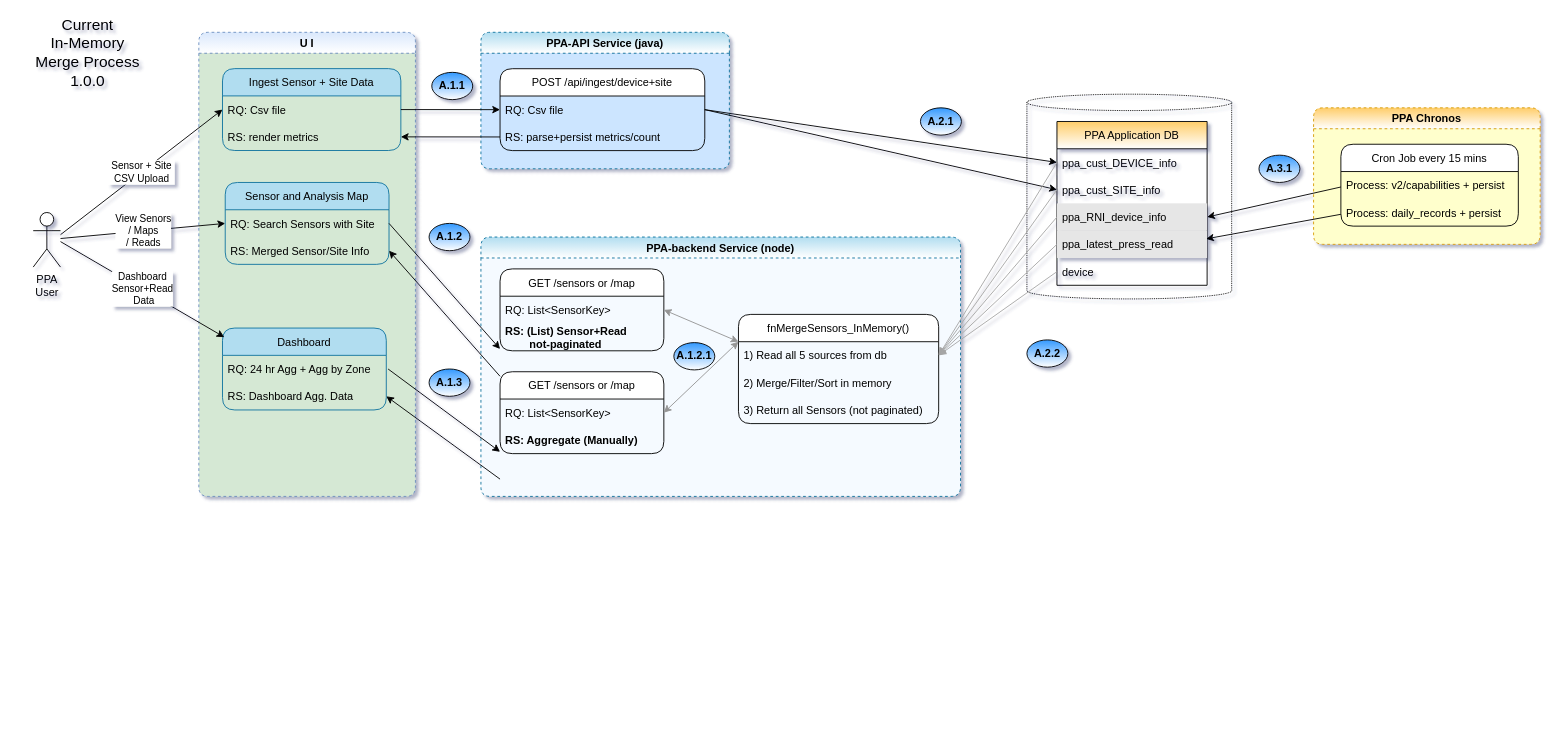
rajeshpv-common/my-drawio keeps this draw.io diagram as ppa/sensor-agg-IN-MEMORY-v1.drawio. Above is the earlier version. Source tidied: cells renumbered, new cells numbered last; positions are measured from the earlier drawing's top-left corner, leaving out a move shared by most shapes. Both pictures are drawn from the tidied source at 91%, with x=0, y=0 at pixel (19, 32).
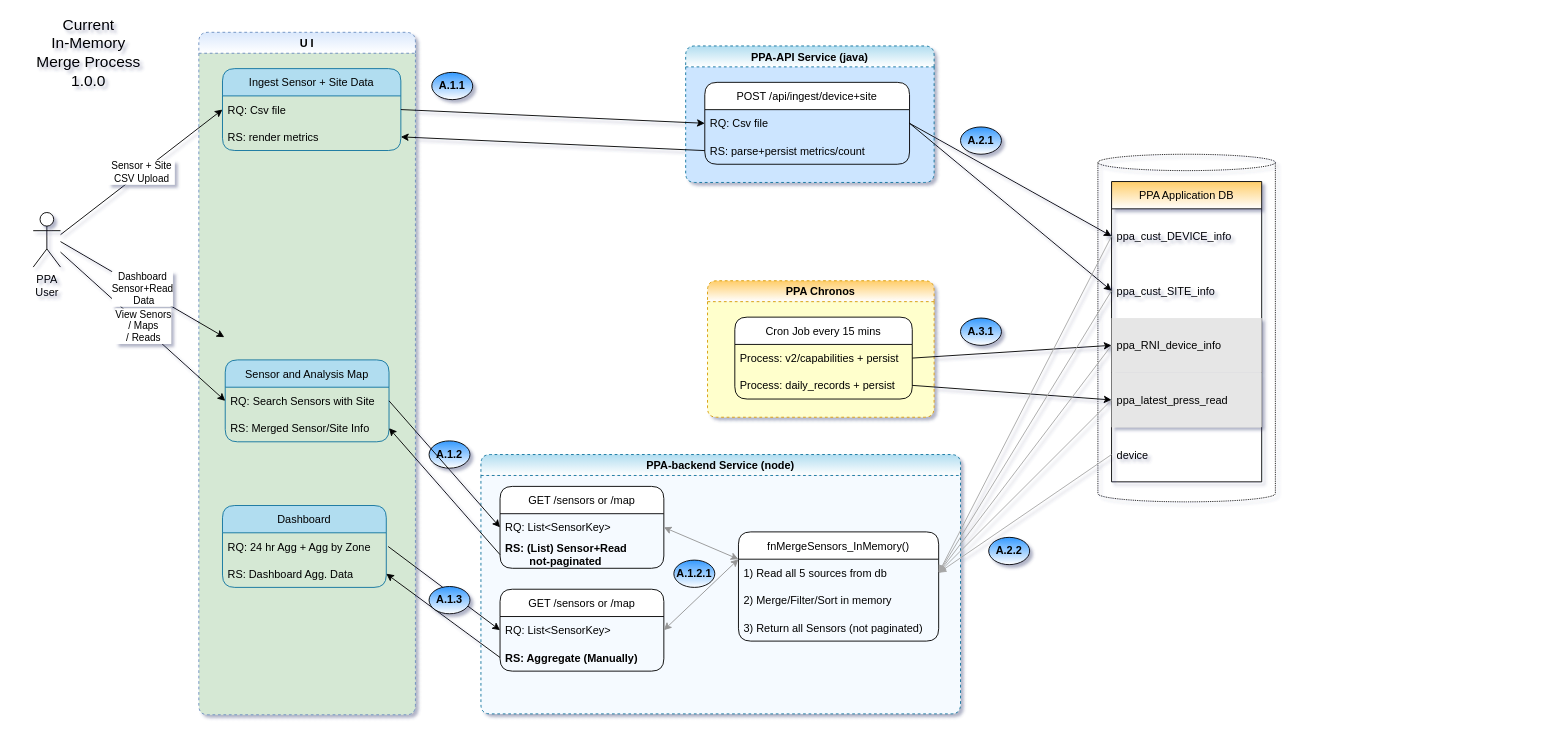
The same page after the edit.

Unchanged cells that the change refers to:
```xml
<mxCell id="5" value="RQ: List&lt;SensorKey&gt;" style="text;strokeColor=none;fillColor=none;align=left;verticalAlign=middle;spacingLeft=4;spacingRight=4;overflow=hidden;points=[[0,0.5],[1,0.5]];portConstraint=eastwest;rounded=1;" parent="4" vertex="1">
  <mxGeometry y="30" width="180" height="30" as="geometry" />
</mxCell>
<mxCell id="6" value="RS: (List) Sensor+Read&#10;        not-paginated" style="text;strokeColor=none;fillColor=none;align=left;verticalAlign=middle;spacingLeft=4;spacingRight=4;overflow=hidden;points=[[0,0.5],[1,0.5]];portConstraint=eastwest;rounded=1;fontStyle=1;" parent="4" vertex="1">
  <mxGeometry y="60" width="180" height="30" as="geometry" />
</mxCell>
<mxCell id="13" value="RQ: List&lt;SensorKey&gt;" style="text;strokeColor=none;fillColor=none;align=left;verticalAlign=middle;spacingLeft=4;spacingRight=4;overflow=hidden;points=[[0,0.5],[1,0.5]];portConstraint=eastwest;rounded=1;" parent="12" vertex="1">
  <mxGeometry y="30" width="180" height="30" as="geometry" />
</mxCell>
<mxCell id="14" value="RS: Aggregate (Manually)" style="text;strokeColor=none;fillColor=none;align=left;verticalAlign=middle;spacingLeft=4;spacingRight=4;overflow=hidden;points=[[0,0.5],[1,0.5]];portConstraint=eastwest;rounded=1;fontStyle=1;" parent="12" vertex="1">
  <mxGeometry y="60" width="180" height="30" as="geometry" />
</mxCell>
<mxCell id="27" value="RQ: Search Sensors with Site" style="text;strokeColor=none;fillColor=none;align=left;verticalAlign=middle;spacingLeft=4;spacingRight=4;overflow=hidden;points=[[0,0.5],[1,0.5]];portConstraint=eastwest;rounded=1;" parent="26" vertex="1">
  <mxGeometry y="30" width="180" height="30" as="geometry" />
</mxCell>
<mxCell id="28" value="RS: Merged Sensor/Site Info " style="text;strokeColor=none;fillColor=none;align=left;verticalAlign=middle;spacingLeft=4;spacingRight=4;overflow=hidden;points=[[0,0.5],[1,0.5]];portConstraint=eastwest;rounded=1;" parent="26" vertex="1">
  <mxGeometry y="60" width="180" height="30" as="geometry" />
</mxCell>
<mxCell id="31" value="RS: Dashboard Agg. Data" style="text;strokeColor=none;fillColor=none;align=left;verticalAlign=middle;spacingLeft=4;spacingRight=4;overflow=hidden;points=[[0,0.5],[1,0.5]];portConstraint=eastwest;rounded=1;" parent="29" vertex="1">
  <mxGeometry y="60" width="180" height="30" as="geometry" />
</mxCell>
<mxCell id="43" value="Process: v2/capabilities + persist" style="text;strokeColor=none;fillColor=none;align=left;verticalAlign=middle;spacingLeft=4;spacingRight=4;overflow=hidden;points=[[0,0.5],[1,0.5]];portConstraint=eastwest;rounded=1;" parent="42" vertex="1">
  <mxGeometry y="30" width="195" height="30" as="geometry" />
</mxCell>
<mxCell id="44" value="Process: daily_records + persist" style="text;strokeColor=none;fillColor=none;align=left;verticalAlign=middle;spacingLeft=4;spacingRight=4;overflow=hidden;points=[[0,0.5],[1,0.5]];portConstraint=eastwest;rounded=1;" parent="42" vertex="1">
  <mxGeometry y="60" width="195" height="30" as="geometry" />
</mxCell>
```

Change to the diagram source:
```diff
@@
     <mxCell id="2" style="shape=cylinder3;whiteSpace=wrap;html=1;boundedLbl=1;backgroundOutline=1;size=9;strokeColor=default;fillColor=none;gradientColor=#ffffff;dashed=1;dashPattern=1 1;" parent="1" vertex="1">
-      <mxGeometry x="1107" y="68" width="225" height="225" as="geometry" />
+      <mxGeometry x="1185" y="134" width="195" height="382" as="geometry" />
     </mxCell>
     <mxCell id="3" value="PPA-backend Service (node)" style="swimlane;rounded=1;dashed=1;fillColor=#b1ddf0;strokeColor=#10739e;swimlaneFillColor=#F5FAFF;gradientColor=#ffffff;" parent="1" vertex="1">
-      <mxGeometry x="507" y="225" width="527" height="285" as="geometry" />
+      <mxGeometry x="507" y="464" width="527" height="285" as="geometry" />
     </mxCell>
@@
     <mxCell id="17" value="PPA-API Service (java)" style="swimlane;rounded=1;dashed=1;fillColor=#b1ddf0;strokeColor=#10739e;swimlaneFillColor=#CCE5FF;gradientColor=#ffffff;" parent="1" vertex="1">
-      <mxGeometry x="507" width="273" height="150" as="geometry" />
+      <mxGeometry x="732" y="15" width="273" height="150" as="geometry" />
     </mxCell>
@@
     <mxCell id="21" value="U I" style="swimlane;rounded=1;dashed=1;fillColor=#dae8fc;strokeColor=#6c8ebf;gradientColor=#ffffff;swimlaneFillColor=#D5E8D4;" parent="1" vertex="1">
-      <mxGeometry x="197" width="238" height="510" as="geometry" />
+      <mxGeometry x="197" width="238" height="750" as="geometry" />
     </mxCell>
@@
     <mxCell id="26" value="Sensor and Analysis Map" style="swimlane;fontStyle=0;horizontal=1;startSize=30;rounded=1;labelBackgroundColor=none;fillColor=#b1ddf0;strokeColor=#10739e;" parent="21" vertex="1">
-      <mxGeometry x="29" y="165" width="180" height="90" as="geometry" />
+      <mxGeometry x="29" y="360" width="180" height="90" as="geometry" />
     </mxCell>
@@
     <mxCell id="29" value="Dashboard" style="swimlane;fontStyle=0;horizontal=1;startSize=30;rounded=1;labelBackgroundColor=none;fillColor=#b1ddf0;strokeColor=#10739e;" parent="21" vertex="1">
-      <mxGeometry x="26" y="325" width="180" height="90" as="geometry" />
+      <mxGeometry x="26" y="520" width="180" height="90" as="geometry" />
     </mxCell>
@@
     <mxCell id="38" value="&lt;b&gt;A.1.2&lt;/b&gt;" style="ellipse;whiteSpace=wrap;html=1;gradientColor=#ffffff;fillColor=#3399FF;" parent="1" vertex="1">
-      <mxGeometry x="450" y="210" width="45" height="30" as="geometry" />
+      <mxGeometry x="450" y="449" width="45" height="30" as="geometry" />
     </mxCell>
-    <mxCell id="39" style="endArrow=classic;html=1;rounded=0;entryX=0;entryY=0.5;entryDx=0;entryDy=0;exitX=1;exitY=0.5;exitDx=0;exitDy=0;" parent="1" edge="1" source="27">
-      <mxGeometry relative="1" as="geometry">
-        <mxPoint x="528" y="348" as="targetPoint" />
-      </mxGeometry>
+    <mxCell id="39" style="endArrow=classic;html=1;rounded=0;entryX=0;entryY=0.5;entryDx=0;entryDy=0;exitX=1;exitY=0.5;exitDx=0;exitDy=0;" parent="1" edge="1" source="27" target="5">
+      <mxGeometry relative="1" as="geometry" />
     </mxCell>
-    <mxCell id="40" style="endArrow=classic;html=1;rounded=0;entryX=1;entryY=0.5;entryDx=0;entryDy=0;exitX=0;exitY=0.5;exitDx=0;exitDy=0;" parent="1" edge="1" target="28">
-      <mxGeometry relative="1" as="geometry">
-        <mxPoint x="528" y="378" as="sourcePoint" />
-      </mxGeometry>
+    <mxCell id="40" style="endArrow=classic;html=1;rounded=0;entryX=1;entryY=0.5;entryDx=0;entryDy=0;exitX=0;exitY=0.5;exitDx=0;exitDy=0;" parent="1" edge="1" source="6" target="28">
+      <mxGeometry relative="1" as="geometry" />
     </mxCell>
     <mxCell id="41" value="PPA Chronos" style="swimlane;rounded=1;dashed=1;fillColor=#FFCD69;strokeColor=#d79b00;swimlaneFillColor=#FFFFCC;gradientColor=#ffffff;" parent="1" vertex="1">
-      <mxGeometry x="1422" y="83" width="249" height="150" as="geometry" />
+      <mxGeometry x="756" y="273" width="249" height="150" as="geometry" />
     </mxCell>
@@
     <mxCell id="45" value="PPA Application DB" style="swimlane;fontStyle=0;horizontal=1;startSize=30;fillColor=#FFCD69;gradientColor=#ffffff;" parent="1" vertex="1">
-      <mxGeometry x="1140" y="98" width="165" height="180" as="geometry" />
+      <mxGeometry x="1200" y="164" width="165" height="330" as="geometry" />
     </mxCell>
     <mxCell id="46" value="ppa_cust_DEVICE_info" style="text;strokeColor=none;fillColor=none;align=left;verticalAlign=middle;spacingLeft=4;spacingRight=4;overflow=hidden;points=[[0,0.5],[1,0.5]];portConstraint=eastwest;" parent="45" vertex="1">
-      <mxGeometry y="30" width="165" height="30" as="geometry" />
+      <mxGeometry y="30" width="165" height="60" as="geometry" />
     </mxCell>
     <mxCell id="47" value="ppa_cust_SITE_info" style="text;strokeColor=none;fillColor=none;align=left;verticalAlign=middle;spacingLeft=4;spacingRight=4;overflow=hidden;points=[[0,0.5],[1,0.5]];portConstraint=eastwest;" parent="45" vertex="1">
-      <mxGeometry y="60" width="165" height="30" as="geometry" />
+      <mxGeometry y="90" width="165" height="60" as="geometry" />
     </mxCell>
     <mxCell id="48" value="ppa_RNI_device_info" style="text;strokeColor=none;fillColor=#E6E6E6;align=left;verticalAlign=middle;spacingLeft=4;spacingRight=4;overflow=hidden;points=[[0,0.5],[1,0.5]];portConstraint=eastwest;" parent="45" vertex="1">
-      <mxGeometry y="90" width="165" height="30" as="geometry" />
+      <mxGeometry y="150" width="165" height="60" as="geometry" />
     </mxCell>
     <mxCell id="49" value="ppa_latest_press_read" style="text;strokeColor=none;fillColor=#E6E6E6;align=left;verticalAlign=middle;spacingLeft=4;spacingRight=4;overflow=hidden;points=[[0,0.5],[1,0.5]];portConstraint=eastwest;" parent="45" vertex="1">
-      <mxGeometry y="120" width="165" height="30" as="geometry" />
+      <mxGeometry y="210" width="165" height="60" as="geometry" />
     </mxCell>
     <mxCell id="50" value="device" style="text;strokeColor=none;fillColor=none;align=left;verticalAlign=middle;spacingLeft=4;spacingRight=4;overflow=hidden;points=[[0,0.5],[1,0.5]];portConstraint=eastwest;" parent="45" vertex="1">
-      <mxGeometry y="150" width="165" height="30" as="geometry" />
+      <mxGeometry y="270" width="165" height="60" as="geometry" />
     </mxCell>
-    <mxCell id="51" style="endArrow=classic;html=1;rounded=0;entryX=0.993;entryY=0.3;entryDx=0;entryDy=0;exitX=0;exitY=0.5;exitDx=0;exitDy=0;entryPerimeter=0;" parent="1" edge="1" target="49">
-      <mxGeometry relative="1" as="geometry">
-        <mxPoint x="1452" y="200" as="sourcePoint" />
-      </mxGeometry>
+    <mxCell id="51" style="endArrow=classic;html=1;rounded=0;entryX=0;entryY=0.5;entryDx=0;entryDy=0;exitX=1;exitY=0.5;exitDx=0;exitDy=0;" parent="1" edge="1" source="44" target="49">
+      <mxGeometry relative="1" as="geometry" />
     </mxCell>
-    <mxCell id="52" style="endArrow=classic;html=1;rounded=0;entryX=1;entryY=0.5;entryDx=0;entryDy=0;exitX=0;exitY=0.5;exitDx=0;exitDy=0;" parent="1" edge="1" target="48">
-      <mxGeometry relative="1" as="geometry">
-        <mxPoint x="1452" y="170" as="sourcePoint" />
-      </mxGeometry>
+    <mxCell id="52" style="endArrow=classic;html=1;rounded=0;entryX=0;entryY=0.5;entryDx=0;entryDy=0;exitX=1;exitY=0.5;exitDx=0;exitDy=0;" parent="1" edge="1" source="43" target="48">
+      <mxGeometry relative="1" as="geometry" />
     </mxCell>
@@
     <mxCell id="59" value="&lt;b&gt;A.2.1&lt;br&gt;&lt;/b&gt;" style="ellipse;whiteSpace=wrap;html=1;gradientColor=#ffffff;fillColor=#3399FF;" parent="1" vertex="1">
-      <mxGeometry x="990" y="83" width="45" height="30" as="geometry" />
+      <mxGeometry x="1034" y="104" width="45" height="30" as="geometry" />
     </mxCell>
     <mxCell id="60" value="&lt;b&gt;A.2.2&lt;br&gt;&lt;/b&gt;" style="ellipse;whiteSpace=wrap;html=1;gradientColor=#ffffff;fillColor=#3399FF;" parent="1" vertex="1">
-      <mxGeometry x="1107" y="338" width="45" height="30" as="geometry" />
+      <mxGeometry x="1065" y="555" width="45" height="30" as="geometry" />
     </mxCell>
     <mxCell id="61" value="&lt;b&gt;A.3.1&lt;br&gt;&lt;/b&gt;" style="ellipse;whiteSpace=wrap;html=1;gradientColor=#ffffff;fillColor=#3399FF;" parent="1" vertex="1">
-      <mxGeometry x="1362" y="135" width="45" height="30" as="geometry" />
+      <mxGeometry x="1034" y="314" width="45" height="30" as="geometry" />
     </mxCell>
     <mxCell id="62" value="Current &lt;br&gt;In-Memory &lt;br&gt;Merge Process &lt;br style=&quot;font-size: 17px&quot;&gt;1.0.0" style="text;html=1;strokeColor=none;fillColor=none;align=center;verticalAlign=middle;whiteSpace=wrap;rounded=0;dashed=1;dashPattern=1 1;fontSize=17;shadow=1;sketch=0;" parent="1" vertex="1">
-      <mxGeometry width="150" height="45" as="geometry" />
+      <mxGeometry x="1" width="150" height="45" as="geometry" />
     </mxCell>
@@
-    <mxCell id="64" style="endArrow=classic;html=1;rounded=0;entryX=0;entryY=0.5;entryDx=0;entryDy=0;exitX=1;exitY=0.5;exitDx=0;exitDy=0;" parent="1" edge="1">
+    <mxCell id="64" style="endArrow=classic;html=1;rounded=0;entryX=0;entryY=0.5;entryDx=0;entryDy=0;exitX=1;exitY=0.5;exitDx=0;exitDy=0;" parent="1" edge="1" target="13">
       <mxGeometry relative="1" as="geometry">
-        <mxPoint x="405" y="370" as="sourcePoint" />
-        <mxPoint x="528" y="461" as="targetPoint" />
+        <mxPoint x="405" y="565" as="sourcePoint" />
       </mxGeometry>
     </mxCell>
-    <mxCell id="65" style="endArrow=classic;html=1;rounded=0;entryX=1;entryY=0.5;entryDx=0;entryDy=0;exitX=0;exitY=0.5;exitDx=0;exitDy=0;" parent="1" edge="1" target="31">
-      <mxGeometry relative="1" as="geometry">
-        <mxPoint x="528" y="491" as="sourcePoint" />
-      </mxGeometry>
+    <mxCell id="65" style="endArrow=classic;html=1;rounded=0;entryX=1;entryY=0.5;entryDx=0;entryDy=0;exitX=0;exitY=0.5;exitDx=0;exitDy=0;" parent="1" edge="1" source="14" target="31">
+      <mxGeometry relative="1" as="geometry" />
     </mxCell>
     <mxCell id="66" value="&lt;b&gt;A.1.3&lt;/b&gt;" style="ellipse;whiteSpace=wrap;html=1;gradientColor=#ffffff;fillColor=#3399FF;" parent="1" vertex="1">
-      <mxGeometry x="450" y="370" width="45" height="30" as="geometry" />
+      <mxGeometry x="450" y="609" width="45" height="30" as="geometry" />
     </mxCell>
```
